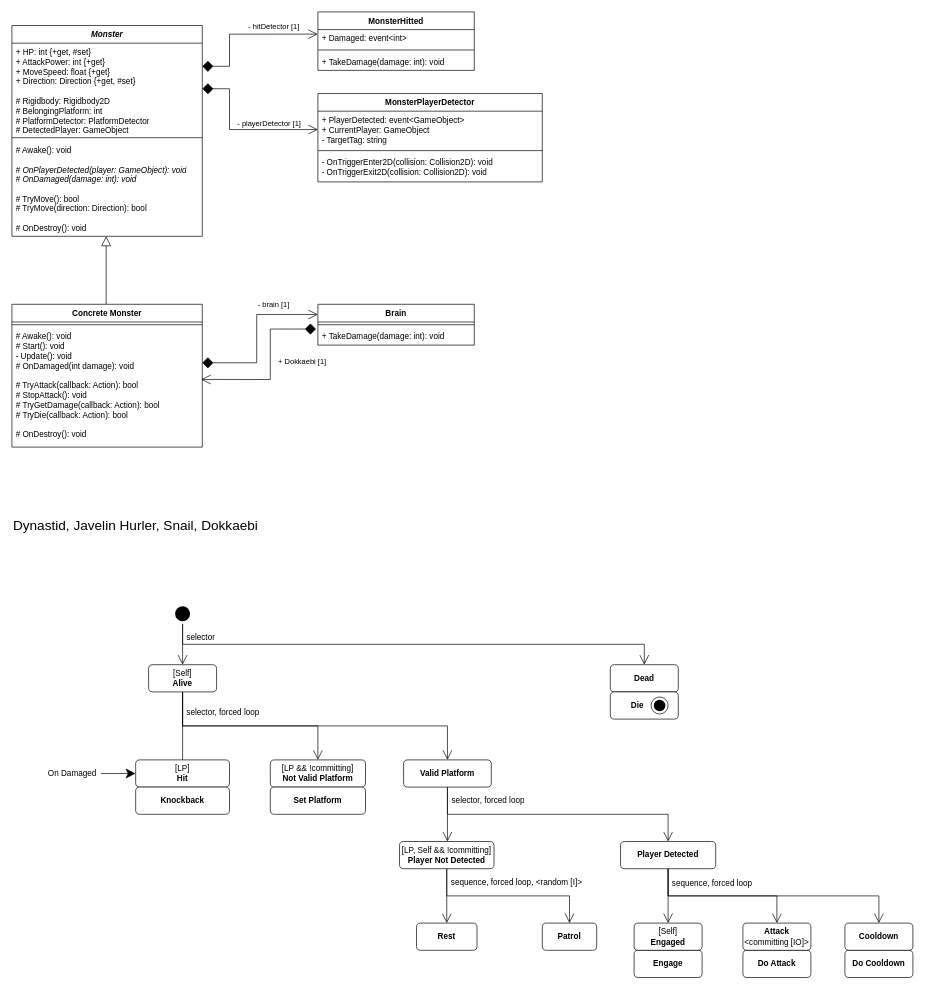
The draw.io diagram Assets/Scripts/Monster/Project H - Monster.drawio in clssl15-Org/ProjectH, before the edit. Source tidied: cells renumbered, new cells numbered last; positions are measured from the earlier drawing's top-left corner, leaving out a move shared by most shapes. Both pictures are drawn from the tidied source at 68%, with x=0, y=0 at pixel (12, 12).
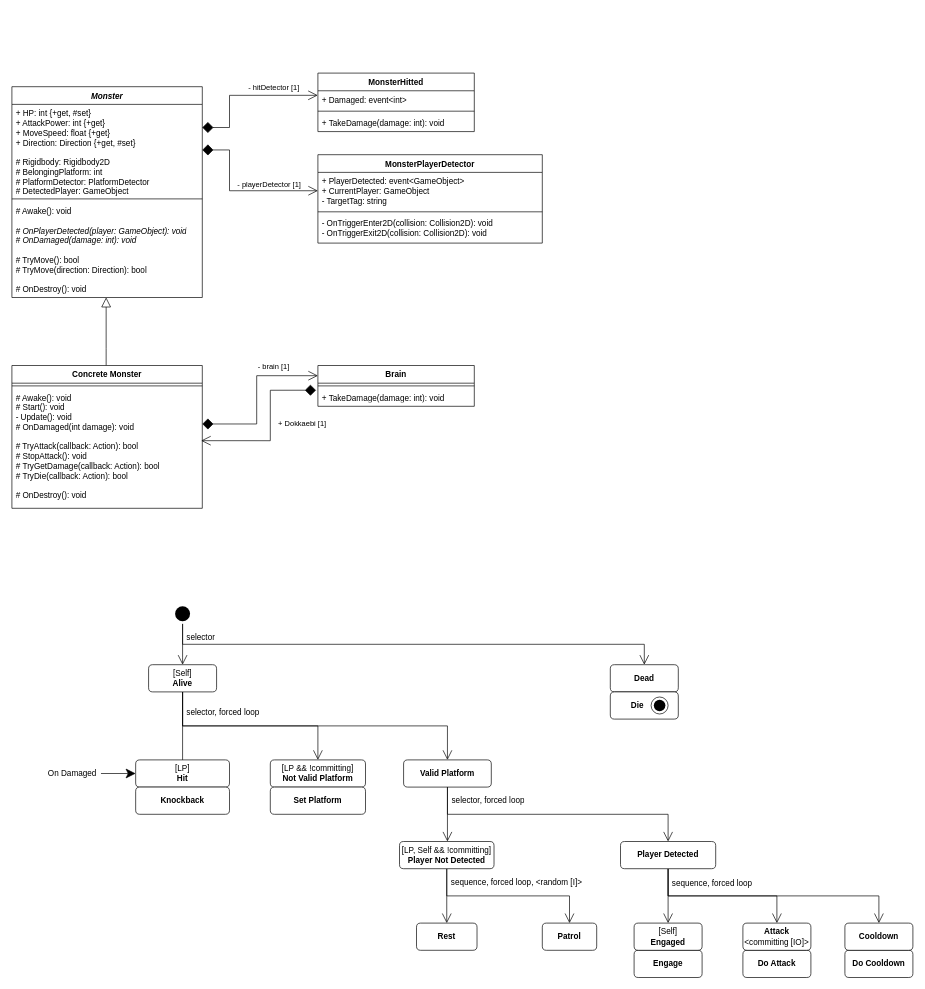
After the change.

The change refers to these unchanged cells:
```xml
<mxCell id="3" value="&lt;div&gt;+ HP: int&amp;nbsp;&lt;span style=&quot;background-color: transparent; color: light-dark(rgb(0, 0, 0), rgb(255, 255, 255));&quot;&gt;{+get, #set}&lt;/span&gt;&lt;/div&gt;&lt;div&gt;+ AttackPower: int&amp;nbsp;{+get}&lt;/div&gt;&lt;div&gt;+ MoveSpeed: float {+get}&lt;/div&gt;&lt;div&gt;+&amp;nbsp;Direction:&amp;nbsp;Direction {+get, #set}&lt;/div&gt;&lt;div&gt;&lt;br&gt;&lt;/div&gt;&lt;div&gt;&lt;div&gt;# Rigidbody: Rigidbody2D&lt;/div&gt;&lt;/div&gt;&lt;div&gt;# BelongingPlatform: int&lt;/div&gt;&lt;div&gt;# PlatformDetector: PlatformDetector&lt;/div&gt;&lt;div&gt;#&amp;nbsp;DetectedPlayer: GameObject&lt;/div&gt;" style="text;strokeColor=none;fillColor=none;align=left;verticalAlign=top;spacingLeft=4;spacingRight=4;overflow=hidden;points=[[0,0.5],[1,0.5]];portConstraint=eastwest;whiteSpace=wrap;html=1;" parent="2" vertex="1">
  <mxGeometry y="26" width="280" height="134" as="geometry" />
</mxCell>
<mxCell id="5" value="&lt;div&gt;# Awake(): void&lt;/div&gt;&lt;div&gt;&lt;br&gt;&lt;/div&gt;&lt;div&gt;#&amp;nbsp;&lt;i&gt;OnPlayerDetected(player: GameObject): void&lt;/i&gt;&lt;/div&gt;&lt;div&gt;#&amp;nbsp;&lt;i&gt;OnDamaged(damage: int): void&lt;/i&gt;&lt;i&gt;&lt;/i&gt;&lt;/div&gt;&lt;div&gt;&lt;i&gt;&lt;br&gt;&lt;/i&gt;&lt;/div&gt;&lt;div&gt;# TryMove(): bool&lt;/div&gt;&lt;div&gt;# TryMove(direction: Direction): bool&lt;/div&gt;&lt;div&gt;&lt;br&gt;&lt;/div&gt;&lt;div&gt;# OnDestroy(): void&lt;/div&gt;" style="text;strokeColor=none;fillColor=none;align=left;verticalAlign=top;spacingLeft=4;spacingRight=4;overflow=hidden;points=[[0,0.5],[1,0.5]];portConstraint=eastwest;whiteSpace=wrap;html=1;" parent="2" vertex="1">
  <mxGeometry y="170" width="280" height="140" as="geometry" />
</mxCell>
<mxCell id="7" value="+ Damaged: event&amp;lt;int&amp;gt;" style="text;strokeColor=none;fillColor=none;align=left;verticalAlign=top;spacingLeft=4;spacingRight=4;overflow=hidden;points=[[0,0.5],[1,0.5]];portConstraint=eastwest;whiteSpace=wrap;html=1;" parent="6" vertex="1">
  <mxGeometry y="26" width="230" height="26" as="geometry" />
</mxCell>
<mxCell id="12" value="+ PlayerDetected: event&amp;lt;GameObject&amp;gt;&lt;div&gt;+ CurrentPlayer: GameObject&lt;/div&gt;&lt;div&gt;- TargetTag: string&lt;/div&gt;" style="text;strokeColor=none;fillColor=none;align=left;verticalAlign=top;spacingLeft=4;spacingRight=4;overflow=hidden;points=[[0,0.5],[1,0.5]];portConstraint=eastwest;whiteSpace=wrap;html=1;" parent="11" vertex="1">
  <mxGeometry y="26" width="330" height="54" as="geometry" />
</mxCell>
<mxCell id="19" value="# Awake(): void&lt;div&gt;# Start(): void&lt;/div&gt;&lt;div&gt;- Update(): void&lt;/div&gt;&lt;div&gt;# OnDamaged(int damage): void&lt;/div&gt;&lt;div&gt;&lt;br&gt;&lt;/div&gt;&lt;div&gt;# TryAttack(callback: Action): bool&lt;/div&gt;&lt;div&gt;# StopAttack(): void&lt;/div&gt;&lt;div&gt;#&amp;nbsp;TryGetDamage(callback: Action): bool&lt;/div&gt;&lt;div&gt;#&amp;nbsp;TryDie(callback: Action): bool&lt;/div&gt;&lt;div&gt;&lt;br&gt;&lt;/div&gt;&lt;div&gt;# OnDestroy(): void&lt;/div&gt;" style="text;strokeColor=none;fillColor=none;align=left;verticalAlign=top;spacingLeft=4;spacingRight=4;overflow=hidden;points=[[0,0.5],[1,0.5]];portConstraint=eastwest;whiteSpace=wrap;html=1;" parent="17" vertex="1">
  <mxGeometry y="34" width="280" height="176" as="geometry" />
</mxCell>
<mxCell id="22" value="+&amp;nbsp;TakeDamage(&lt;span style=&quot;color: light-dark(rgb(0, 0, 0), rgb(255, 255, 255)); background-color: transparent;&quot;&gt;damage: int&lt;/span&gt;&lt;span style=&quot;color: light-dark(rgb(0, 0, 0), rgb(255, 255, 255)); background-color: transparent;&quot;&gt;): void&lt;/span&gt;" style="text;strokeColor=none;fillColor=none;align=left;verticalAlign=top;spacingLeft=4;spacingRight=4;overflow=hidden;points=[[0,0.5],[1,0.5]];portConstraint=eastwest;whiteSpace=wrap;html=1;" parent="20" vertex="1">
  <mxGeometry y="34" width="230" height="26" as="geometry" />
</mxCell>
```

What changed in the source:
```diff
@@
     <mxCell id="2" value="&lt;i&gt;Monster&lt;/i&gt;" style="swimlane;fontStyle=1;align=center;verticalAlign=top;horizontal=1;startSize=26;whiteSpace=wrap;html=1;" parent="1" vertex="1">
-      <mxGeometry y="20" width="280" height="310" as="geometry" />
+      <mxGeometry y="110" width="280" height="310" as="geometry" />
     </mxCell>
@@
     <mxCell id="6" value="MonsterHitted" style="swimlane;fontStyle=1;align=center;verticalAlign=top;horizontal=1;startSize=26;whiteSpace=wrap;html=1;" parent="1" vertex="1">
-      <mxGeometry x="450" width="230" height="86" as="geometry" />
+      <mxGeometry x="450" y="90" width="230" height="86" as="geometry" />
     </mxCell>
@@
     <mxCell id="10" value="- hitDetector [1]" style="endArrow=open;html=1;endSize=12;startArrow=diamond;startSize=14;startFill=1;edgeStyle=orthogonalEdgeStyle;align=left;verticalAlign=bottom;rounded=0;entryX=-0.001;entryY=0.257;entryDx=0;entryDy=0;entryPerimeter=0;" parent="1" edge="1" source="3" target="7">
       <mxGeometry x="0.04" y="3" relative="1" as="geometry">
         <Array as="points">
-          <mxPoint x="320" y="80" />
-          <mxPoint x="320" y="33" />
-          <mxPoint x="450" y="33" />
+          <mxPoint x="320" y="170" />
+          <mxPoint x="320" y="123" />
+          <mxPoint x="450" y="123" />
         </Array>
       </mxGeometry>
     </mxCell>
     <mxCell id="11" value="MonsterPlayerDetector" style="swimlane;fontStyle=1;align=center;verticalAlign=top;horizontal=1;startSize=26;whiteSpace=wrap;html=1;" parent="1" vertex="1">
-      <mxGeometry x="450" y="120" width="330" height="130" as="geometry" />
+      <mxGeometry x="450" y="210" width="330" height="130" as="geometry" />
     </mxCell>
@@
     <mxCell id="15" value="- playerDetector [1]" style="endArrow=open;html=1;endSize=12;startArrow=diamond;startSize=14;startFill=1;edgeStyle=orthogonalEdgeStyle;align=left;verticalAlign=bottom;rounded=0;entryX=0;entryY=0.5;entryDx=0;entryDy=0;exitX=1;exitY=0.5;exitDx=0;exitDy=0;" parent="1" edge="1" source="3" target="12">
       <mxGeometry x="-0.04" relative="1" as="geometry">
         <Array as="points">
-          <mxPoint x="320" y="113" />
-          <mxPoint x="320" y="173" />
+          <mxPoint x="320" y="203" />
+          <mxPoint x="320" y="263" />
         </Array>
       </mxGeometry>
     </mxCell>
     <mxCell id="16" style="edgeStyle=orthogonalEdgeStyle;rounded=0;jettySize=auto;html=1;endArrow=block;endFill=0;endSize=12;entryX=0.495;entryY=0.999;entryDx=0;entryDy=0;entryPerimeter=0;" parent="1" edge="1" source="17" target="5">
       <mxGeometry relative="1" as="geometry">
         <Array as="points">
-          <mxPoint x="139" y="405" />
+          <mxPoint x="139" y="495" />
         </Array>
       </mxGeometry>
     </mxCell>
     <mxCell id="17" value="Concrete Monster" style="swimlane;fontStyle=1;align=center;verticalAlign=top;horizontal=1;startSize=26;whiteSpace=wrap;html=1;" parent="1" vertex="1">
-      <mxGeometry y="430" width="280" height="210" as="geometry" />
+      <mxGeometry y="520" width="280" height="210" as="geometry" />
     </mxCell>
@@
     <mxCell id="20" value="Brain" style="swimlane;fontStyle=1;align=center;verticalAlign=top;horizontal=1;startSize=26;whiteSpace=wrap;html=1;" parent="1" vertex="1">
-      <mxGeometry x="450" y="430" width="230" height="60" as="geometry" />
+      <mxGeometry x="450" y="520" width="230" height="60" as="geometry" />
     </mxCell>
@@
     <mxCell id="23" value="- brain [1]" style="endArrow=open;html=1;endSize=12;startArrow=diamond;startSize=14;startFill=1;edgeStyle=orthogonalEdgeStyle;align=left;verticalAlign=bottom;rounded=0;entryX=0;entryY=0.25;entryDx=0;entryDy=0;" parent="1" edge="1" target="20">
       <mxGeometry x="0.25" y="5" relative="1" as="geometry">
-        <mxPoint x="280" y="516" as="sourcePoint" />
+        <mxPoint x="280" y="606" as="sourcePoint" />
         <Array as="points">
-          <mxPoint x="360" y="516" />
-          <mxPoint x="360" y="445" />
+          <mxPoint x="360" y="606" />
+          <mxPoint x="360" y="535" />
         </Array>
       </mxGeometry>
     </mxCell>
     <mxCell id="24" value="+ Dokkaebi [1]" style="endArrow=open;html=1;endSize=12;startArrow=diamond;startSize=14;startFill=1;edgeStyle=orthogonalEdgeStyle;align=left;verticalAlign=bottom;rounded=0;exitX=-0.012;exitY=0.091;exitDx=0;exitDy=0;exitPerimeter=0;entryX=0.994;entryY=0.435;entryDx=0;entryDy=0;entryPerimeter=0;" parent="1" edge="1" source="22" target="19">
       <mxGeometry x="0.03" y="10" relative="1" as="geometry">
         <Array as="points">
-          <mxPoint x="380" y="466" />
-          <mxPoint x="380" y="541" />
+          <mxPoint x="380" y="556" />
+          <mxPoint x="380" y="631" />
         </Array>
       </mxGeometry>
     </mxCell>
@@
-    <mxCell id="66" value="&lt;div&gt;&lt;span style=&quot;background-color: transparent; color: light-dark(rgb(0, 0, 0), rgb(255, 255, 255));&quot;&gt;Dynastid&lt;/span&gt;,&amp;nbsp;&lt;span style=&quot;background-color: transparent; color: light-dark(rgb(0, 0, 0), rgb(255, 255, 255));&quot;&gt;Javelin Hurler, Snail,&lt;/span&gt;&lt;span style=&quot;background-color: transparent; color: light-dark(rgb(0, 0, 0), rgb(255, 255, 255));&quot;&gt;&amp;nbsp;Dokkaebi&lt;/span&gt;&lt;/div&gt;" style="text;html=1;strokeColor=none;fillColor=none;align=left;verticalAlign=middle;whiteSpace=wrap;overflow=hidden;fontSize=20;" parent="1" vertex="1">
-      <mxGeometry y="720" width="540" height="70" as="geometry" />
-    </mxCell>
```
